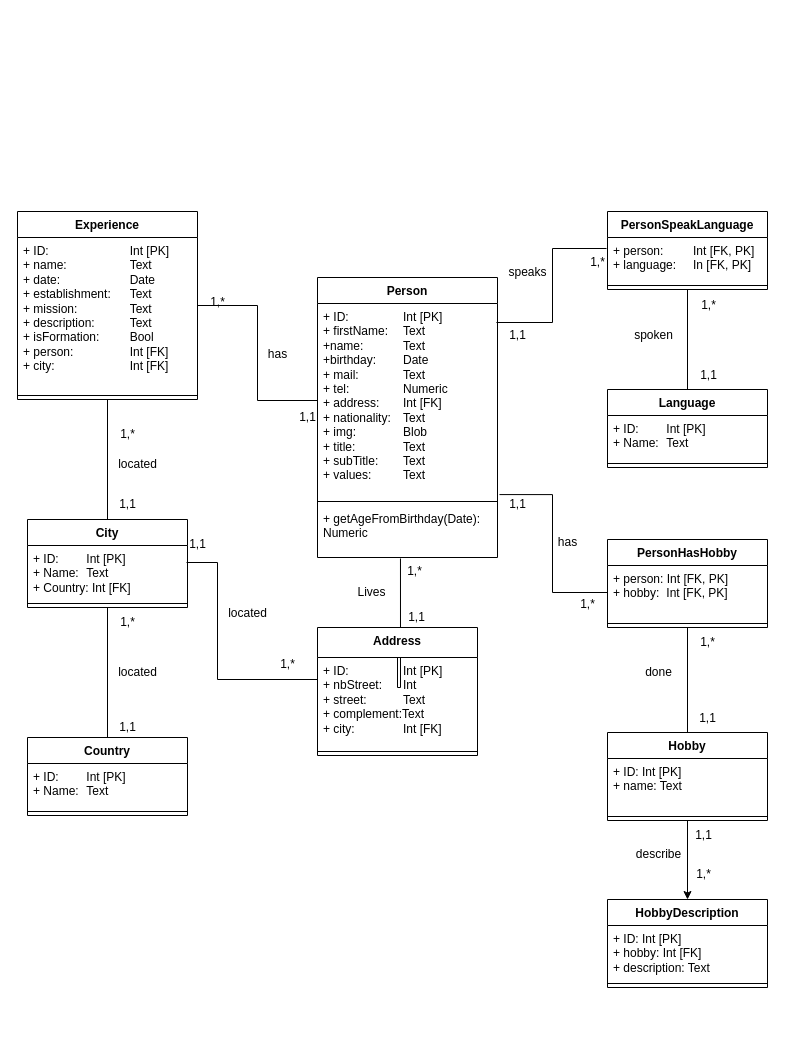
Before: CVDB.drawio in Will2KB/CVAPI, a draw.io diagram. Source tidied: cells renumbered, new cells numbered last; positions are measured from the earlier drawing's top-left corner, leaving out a move shared by most shapes. Both pictures are drawn from the tidied source at 100%, with x=0, y=0 at pixel (17, 211).
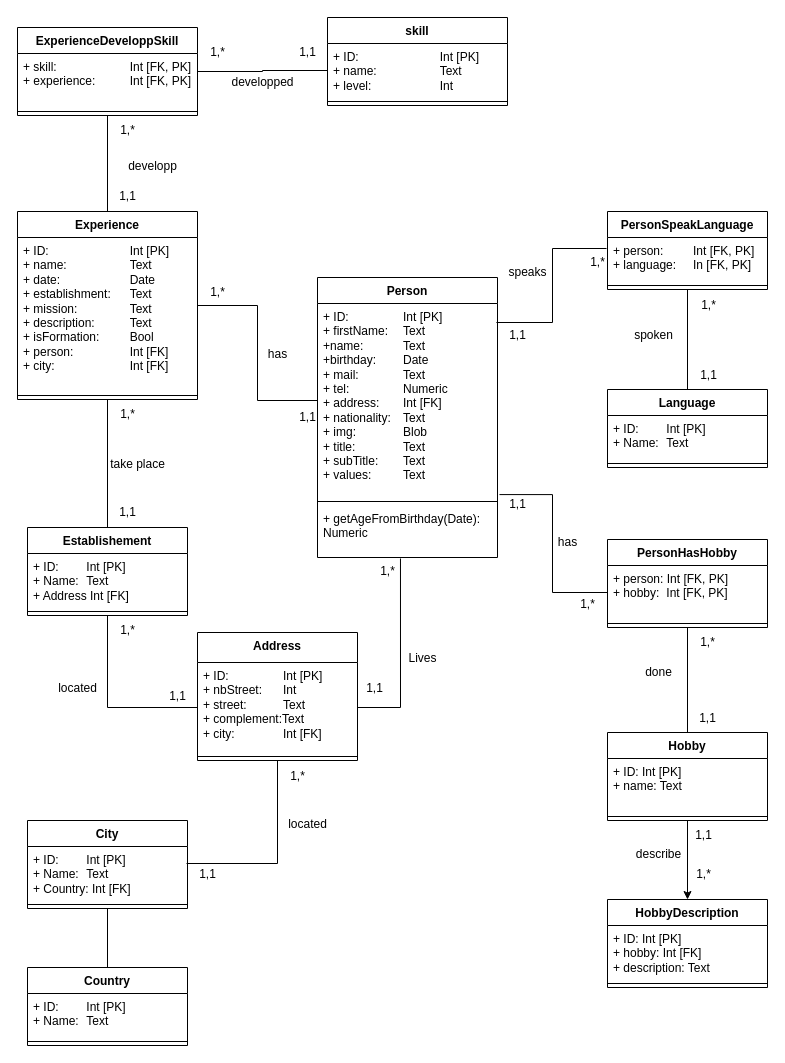
After the change.

Commit message (it also covers changes not shown here):
Mettre à jour CVDB.drawio

The change refers to these unchanged cells:
```xml
<mxCell id="6" value="Experience" style="swimlane;fontStyle=1;align=center;verticalAlign=top;horizontal=1;startSize=26;whiteSpace=wrap;html=1;" parent="1" vertex="1">
  <mxGeometry width="180" height="188" as="geometry" />
</mxCell>
<mxCell id="10" value="+ ID: &lt;span style=&quot;white-space: pre;&quot;&gt;&#9;&lt;/span&gt;Int [PK]&lt;div&gt;+ Name: &lt;span style=&quot;white-space: pre;&quot;&gt;&#9;&lt;/span&gt;Text&lt;/div&gt;&lt;div&gt;+ Country: Int [FK]&lt;/div&gt;" style="text;strokeColor=none;fillColor=none;align=left;verticalAlign=top;spacingLeft=4;spacingRight=4;overflow=hidden;points=[[0,0.5],[1,0.5]];portConstraint=eastwest;whiteSpace=wrap;html=1;" parent="9" vertex="1">
  <mxGeometry y="26" width="160" height="54" as="geometry" />
</mxCell>
<mxCell id="16" value="+ getAgeFromBirthday(Date): Numeric" style="text;strokeColor=none;fillColor=none;align=left;verticalAlign=top;spacingLeft=4;spacingRight=4;overflow=hidden;points=[[0,0.5],[1,0.5]];portConstraint=eastwest;whiteSpace=wrap;html=1;" parent="13" vertex="1">
  <mxGeometry y="228" width="180" height="52" as="geometry" />
</mxCell>
<mxCell id="61" value="+ ID: &lt;span style=&quot;white-space: pre;&quot;&gt;&#9;&lt;span style=&quot;white-space: pre;&quot;&gt;&#9;&lt;/span&gt;&lt;/span&gt;Int [PK]&lt;div&gt;+ nbStreet: &lt;span style=&quot;white-space: pre;&quot;&gt;&#9;&lt;/span&gt;Int&lt;br&gt;&lt;div&gt;+ street: &lt;span style=&quot;white-space: pre;&quot;&gt;&#9;&lt;span style=&quot;white-space: pre;&quot;&gt;&#9;&lt;/span&gt;&lt;/span&gt;Text&lt;/div&gt;&lt;div&gt;+ complement:Text&lt;/div&gt;&lt;div&gt;+ city: &lt;span style=&quot;white-space: pre;&quot;&gt;&#9;&lt;span style=&quot;white-space: pre;&quot;&gt;&#9;&lt;/span&gt;&lt;/span&gt;Int [FK]&lt;/div&gt;&lt;/div&gt;" style="text;strokeColor=none;fillColor=none;align=left;verticalAlign=top;spacingLeft=4;spacingRight=4;overflow=hidden;points=[[0,0.5],[1,0.5]];portConstraint=eastwest;whiteSpace=wrap;html=1;" parent="60" vertex="1">
  <mxGeometry y="30" width="160" height="90" as="geometry" />
</mxCell>
```

The edit, as a diff of the source:
```diff
@@
-    <mxCell id="5" style="edgeStyle=orthogonalEdgeStyle;rounded=0;jettySize=auto;html=1;exitX=0.5;exitY=1;exitDx=0;exitDy=0;entryX=0.5;entryY=0;entryDx=0;entryDy=0;endArrow=none;startFill=0;" parent="1" edge="1" source="6" target="9">
+    <mxCell id="5" style="edgeStyle=orthogonalEdgeStyle;rounded=0;jettySize=auto;html=1;exitX=0.5;exitY=1;exitDx=0;exitDy=0;entryX=0.5;entryY=0;entryDx=0;entryDy=0;endArrow=none;startFill=0;" parent="1" edge="1" source="6" target="89">
       <mxGeometry relative="1" as="geometry" />
     </mxCell>
@@
     <mxCell id="9" value="City" style="swimlane;fontStyle=1;align=center;verticalAlign=top;horizontal=1;startSize=26;whiteSpace=wrap;html=1;" parent="1" vertex="1">
-      <mxGeometry x="10" y="308" width="160" height="88" as="geometry" />
+      <mxGeometry x="10" y="609" width="160" height="88" as="geometry" />
     </mxCell>
@@
     <mxCell id="21" value="Country" style="swimlane;fontStyle=1;align=center;verticalAlign=top;horizontal=1;startSize=26;whiteSpace=wrap;html=1;" parent="1" vertex="1">
-      <mxGeometry x="10" y="526" width="160" height="78" as="geometry" />
+      <mxGeometry x="10" y="756" width="160" height="78" as="geometry" />
     </mxCell>
@@
-    <mxCell id="26" style="rounded=0;jettySize=auto;html=1;exitX=0.461;exitY=1.019;exitDx=0;exitDy=0;exitPerimeter=0;entryX=0.5;entryY=0;entryDx=0;entryDy=0;edgeStyle=orthogonalEdgeStyle;endArrow=none;startFill=0;" parent="1" edge="1" source="16" target="60">
+    <mxCell id="26" style="rounded=0;jettySize=auto;html=1;exitX=0.461;exitY=1.019;exitDx=0;exitDy=0;exitPerimeter=0;edgeStyle=orthogonalEdgeStyle;endArrow=none;startFill=0;entryX=1;entryY=0.5;entryDx=0;entryDy=0;" parent="1" edge="1" source="16" target="61">
       <mxGeometry relative="1" as="geometry">
         <Array as="points">
-          <mxPoint x="383" y="476" />
+          <mxPoint x="383" y="496" />
         </Array>
       </mxGeometry>
     </mxCell>
     <mxCell id="27" value="Lives" style="text;html=1;align=center;verticalAlign=middle;strokeColor=none;fillColor=none;" parent="1" vertex="1">
-      <mxGeometry x="329" y="366" width="50" height="30" as="geometry" />
+      <mxGeometry x="380" y="432" width="50" height="30" as="geometry" />
     </mxCell>
@@
-    <mxCell id="30" value="located" style="text;html=1;align=center;verticalAlign=middle;strokeColor=none;fillColor=none;" parent="1" vertex="1">
-      <mxGeometry x="90" y="446" width="60" height="30" as="geometry" />
-    </mxCell>
-    <mxCell id="31" value="located" style="text;html=1;align=center;verticalAlign=middle;strokeColor=none;fillColor=none;" parent="1" vertex="1">
-      <mxGeometry x="90" y="238" width="60" height="30" as="geometry" />
+    <mxCell id="31" value="take place" style="text;html=1;align=center;verticalAlign=middle;strokeColor=none;fillColor=none;" parent="1" vertex="1">
+      <mxGeometry x="80" y="238" width="80" height="30" as="geometry" />
     </mxCell>
@@
     <mxCell id="36" value="1,*" style="text;html=1;align=center;verticalAlign=middle;strokeColor=none;fillColor=none;" parent="1" vertex="1">
-      <mxGeometry x="180" y="76" width="40" height="30" as="geometry" />
+      <mxGeometry x="180" y="66" width="40" height="30" as="geometry" />
     </mxCell>
     <mxCell id="37" value="1,*" style="text;html=1;align=center;verticalAlign=middle;strokeColor=none;fillColor=none;" parent="1" vertex="1">
-      <mxGeometry x="377" y="345" width="40" height="30" as="geometry" />
+      <mxGeometry x="350" y="345" width="40" height="30" as="geometry" />
     </mxCell>
     <mxCell id="38" value="1,1" style="text;html=1;align=center;verticalAlign=middle;strokeColor=none;fillColor=none;" parent="1" vertex="1">
-      <mxGeometry x="379" y="391" width="40" height="30" as="geometry" />
+      <mxGeometry x="337" y="462" width="40" height="30" as="geometry" />
     </mxCell>
     <mxCell id="39" value="1,*" style="text;html=1;align=center;verticalAlign=middle;strokeColor=none;fillColor=none;" parent="1" vertex="1">
-      <mxGeometry x="90" y="208" width="40" height="30" as="geometry" />
+      <mxGeometry x="90" y="188" width="40" height="30" as="geometry" />
     </mxCell>
     <mxCell id="40" value="1,1" style="text;html=1;align=center;verticalAlign=middle;strokeColor=none;fillColor=none;" parent="1" vertex="1">
-      <mxGeometry x="90" y="278" width="40" height="30" as="geometry" />
+      <mxGeometry x="90" y="286" width="40" height="30" as="geometry" />
     </mxCell>
-    <mxCell id="41" value="1,*" style="text;html=1;align=center;verticalAlign=middle;strokeColor=none;fillColor=none;" parent="1" vertex="1">
-      <mxGeometry x="90" y="396" width="40" height="30" as="geometry" />
-    </mxCell>
@@
     <mxCell id="60" value="Address" style="swimlane;fontStyle=1;align=center;verticalAlign=top;horizontal=1;startSize=30;whiteSpace=wrap;html=1;" parent="1" vertex="1">
-      <mxGeometry x="300" y="416" width="160" height="128" as="geometry" />
+      <mxGeometry x="180" y="421" width="160" height="128" as="geometry" />
     </mxCell>
@@
-    <mxCell id="63" style="edgeStyle=orthogonalEdgeStyle;rounded=0;jettySize=auto;html=1;entryX=0.994;entryY=0.315;entryDx=0;entryDy=0;entryPerimeter=0;endArrow=none;startFill=0;" parent="1" edge="1" source="60" target="10">
+    <mxCell id="63" style="edgeStyle=orthogonalEdgeStyle;rounded=0;jettySize=auto;html=1;entryX=0.994;entryY=0.315;entryDx=0;entryDy=0;entryPerimeter=0;endArrow=none;startFill=0;exitX=0.5;exitY=1;exitDx=0;exitDy=0;" parent="1" edge="1" source="60" target="10">
       <mxGeometry relative="1" as="geometry">
         <Array as="points">
-          <mxPoint x="200" y="468" />
-          <mxPoint x="200" y="351" />
+          <mxPoint x="260" y="652" />
         </Array>
       </mxGeometry>
     </mxCell>
     <mxCell id="64" value="1,*" style="text;html=1;align=center;verticalAlign=middle;strokeColor=none;fillColor=none;" parent="1" vertex="1">
-      <mxGeometry x="250" y="438" width="40" height="30" as="geometry" />
+      <mxGeometry x="260" y="550" width="40" height="30" as="geometry" />
     </mxCell>
-    <mxCell id="65" value="1,1" style="text;html=1;align=center;verticalAlign=middle;strokeColor=none;fillColor=none;" parent="1" vertex="1">
-      <mxGeometry x="90" y="501" width="40" height="30" as="geometry" />
-    </mxCell>
     <mxCell id="66" value="1,1" style="text;html=1;align=center;verticalAlign=middle;strokeColor=none;fillColor=none;" parent="1" vertex="1">
-      <mxGeometry x="160" y="318" width="40" height="30" as="geometry" />
+      <mxGeometry x="170" y="648" width="40" height="30" as="geometry" />
     </mxCell>
     <mxCell id="67" value="located" style="text;html=1;align=center;verticalAlign=middle;strokeColor=none;fillColor=none;" parent="1" vertex="1">
-      <mxGeometry x="200" y="387" width="60" height="30" as="geometry" />
+      <mxGeometry x="260" y="598" width="60" height="30" as="geometry" />
     </mxCell>
@@
+    <mxCell id="74" value="skill" style="swimlane;fontStyle=1;align=center;verticalAlign=top;horizontal=1;startSize=26;whiteSpace=wrap;html=1;" parent="1" vertex="1">
+      <mxGeometry x="310" y="-194" width="180" height="88" as="geometry" />
+    </mxCell>
+    <mxCell id="75" value="+ ID: &lt;span style=&quot;white-space: pre;&quot;&gt;&#9;&lt;/span&gt;&lt;span style=&quot;white-space: pre;&quot;&gt;&#9;&lt;span style=&quot;white-space: pre;&quot;&gt;&#9;&lt;/span&gt;&lt;/span&gt;Int [PK]&lt;div&gt;+ name: &lt;span style=&quot;white-space: pre;&quot;&gt;&#9;&lt;/span&gt;&lt;span style=&quot;white-space: pre;&quot;&gt;&#9;&lt;span style=&quot;white-space: pre;&quot;&gt;&#9;&lt;/span&gt;&lt;/span&gt;Text&lt;/div&gt;&lt;div&gt;+ level:&lt;span style=&quot;white-space: pre;&quot;&gt;&#9;&lt;/span&gt;&lt;span style=&quot;white-space: pre;&quot;&gt;&#9;&lt;/span&gt;&lt;span style=&quot;white-space: pre;&quot;&gt;&#9;&lt;/span&gt;Int&lt;/div&gt;" style="text;strokeColor=none;fillColor=none;align=left;verticalAlign=top;spacingLeft=4;spacingRight=4;overflow=hidden;points=[[0,0.5],[1,0.5]];portConstraint=eastwest;whiteSpace=wrap;html=1;" parent="74" vertex="1">
+      <mxGeometry y="26" width="180" height="54" as="geometry" />
+    </mxCell>
+    <mxCell id="76" style="line;strokeWidth=1;fillColor=none;align=left;verticalAlign=middle;spacingTop=-1;spacingLeft=3;spacingRight=3;labelPosition=right;strokeColor=inherit;" parent="74" vertex="1">
+      <mxGeometry y="80" width="180" height="8" as="geometry" />
+    </mxCell>
+    <mxCell id="77" style="edgeStyle=orthogonalEdgeStyle;rounded=0;jettySize=auto;html=1;exitX=0.5;exitY=1;exitDx=0;exitDy=0;entryX=0.5;entryY=0;entryDx=0;entryDy=0;endArrow=none;startFill=0;" parent="1" edge="1" source="78" target="6">
+      <mxGeometry relative="1" as="geometry" />
+    </mxCell>
+    <mxCell id="78" value="ExperienceDeveloppSkill" style="swimlane;fontStyle=1;align=center;verticalAlign=top;horizontal=1;startSize=26;whiteSpace=wrap;html=1;" parent="1" vertex="1">
+      <mxGeometry y="-184" width="180" height="88" as="geometry" />
+    </mxCell>
+    <mxCell id="79" value="+ skill: &lt;span style=&quot;white-space: pre;&quot;&gt;&#9;&lt;/span&gt;&lt;span style=&quot;white-space: pre;&quot;&gt;&lt;span style=&quot;white-space: pre;&quot;&gt;&#9;&lt;span style=&quot;white-space: pre;&quot;&gt;&#9;&lt;/span&gt;&lt;/span&gt;&lt;/span&gt;Int [FK, PK]&lt;div&gt;+ experience:&amp;nbsp;&lt;span style=&quot;white-space: pre;&quot;&gt;&#9;&lt;/span&gt;&lt;span style=&quot;white-space: pre;&quot;&gt;&lt;span style=&quot;white-space: pre;&quot;&gt;&#9;&lt;/span&gt;&lt;/span&gt;Int [FK, PK]&lt;/div&gt;" style="text;strokeColor=none;fillColor=none;align=left;verticalAlign=top;spacingLeft=4;spacingRight=4;overflow=hidden;whiteSpace=wrap;html=1;" parent="78" vertex="1">
+      <mxGeometry y="26" width="180" height="54" as="geometry" />
+    </mxCell>
+    <mxCell id="80" style="line;strokeWidth=1;fillColor=none;align=left;verticalAlign=middle;spacingTop=-1;spacingLeft=3;spacingRight=3;labelPosition=right;strokeColor=inherit;" parent="78" vertex="1">
+      <mxGeometry y="80" width="180" height="8" as="geometry" />
+    </mxCell>
+    <mxCell id="81" style="edgeStyle=orthogonalEdgeStyle;rounded=0;jettySize=auto;html=1;exitX=0;exitY=0.5;exitDx=0;exitDy=0;entryX=1;entryY=0.5;entryDx=0;entryDy=0;endArrow=none;startFill=0;" parent="1" edge="1" source="75" target="78">
+      <mxGeometry relative="1" as="geometry" />
+    </mxCell>
+    <mxCell id="82" value="1,*" style="text;html=1;align=center;verticalAlign=middle;strokeColor=none;fillColor=none;" parent="1" vertex="1">
+      <mxGeometry x="90" y="-96" width="40" height="30" as="geometry" />
+    </mxCell>
+    <mxCell id="83" value="1,*" style="text;html=1;align=center;verticalAlign=middle;strokeColor=none;fillColor=none;" parent="1" vertex="1">
+      <mxGeometry x="180" y="-174" width="40" height="30" as="geometry" />
+    </mxCell>
+    <mxCell id="84" value="1,1" style="text;html=1;align=center;verticalAlign=middle;strokeColor=none;fillColor=none;" parent="1" vertex="1">
+      <mxGeometry x="270" y="-174" width="40" height="30" as="geometry" />
+    </mxCell>
+    <mxCell id="85" value="1,1" style="text;html=1;align=center;verticalAlign=middle;strokeColor=none;fillColor=none;" parent="1" vertex="1">
+      <mxGeometry x="90" y="-30" width="40" height="30" as="geometry" />
+    </mxCell>
+    <mxCell id="86" value="developped" style="text;html=1;align=center;verticalAlign=middle;strokeColor=none;fillColor=none;" parent="1" vertex="1">
+      <mxGeometry x="200" y="-144" width="90" height="30" as="geometry" />
+    </mxCell>
+    <mxCell id="87" value="developp" style="text;html=1;align=center;verticalAlign=middle;strokeColor=none;fillColor=none;" parent="1" vertex="1">
+      <mxGeometry x="100" y="-60" width="70" height="30" as="geometry" />
+    </mxCell>
+    <mxCell id="88" style="edgeStyle=orthogonalEdgeStyle;rounded=0;jettySize=auto;html=1;exitX=0.5;exitY=1;exitDx=0;exitDy=0;entryX=0;entryY=0.5;entryDx=0;entryDy=0;endArrow=none;startFill=0;" parent="1" edge="1" source="89" target="61">
+      <mxGeometry relative="1" as="geometry" />
+    </mxCell>
+    <mxCell id="89" value="Establishement" style="swimlane;fontStyle=1;align=center;verticalAlign=top;horizontal=1;startSize=26;whiteSpace=wrap;html=1;" parent="1" vertex="1">
+      <mxGeometry x="10" y="316" width="160" height="88" as="geometry" />
+    </mxCell>
+    <mxCell id="90" value="+ ID: &lt;span style=&quot;white-space: pre;&quot;&gt;&#9;&lt;/span&gt;Int [PK]&lt;div&gt;+ Name: &lt;span style=&quot;white-space: pre;&quot;&gt;&#9;&lt;/span&gt;Text&lt;/div&gt;&lt;div&gt;+ Address Int [FK]&lt;/div&gt;" style="text;strokeColor=none;fillColor=none;align=left;verticalAlign=top;spacingLeft=4;spacingRight=4;overflow=hidden;whiteSpace=wrap;html=1;" parent="89" vertex="1">
+      <mxGeometry y="26" width="160" height="54" as="geometry" />
+    </mxCell>
+    <mxCell id="91" style="line;strokeWidth=1;fillColor=none;align=left;verticalAlign=middle;spacingTop=-1;spacingLeft=3;spacingRight=3;labelPosition=right;strokeColor=inherit;" parent="89" vertex="1">
+      <mxGeometry y="80" width="160" height="8" as="geometry" />
+    </mxCell>
+    <mxCell id="92" value="1,*" style="text;html=1;align=center;verticalAlign=middle;strokeColor=none;fillColor=none;" parent="1" vertex="1">
+      <mxGeometry x="90" y="404" width="40" height="30" as="geometry" />
+    </mxCell>
+    <mxCell id="93" value="1,1" style="text;html=1;align=center;verticalAlign=middle;strokeColor=none;fillColor=none;" parent="1" vertex="1">
+      <mxGeometry x="140" y="470" width="40" height="30" as="geometry" />
+    </mxCell>
+    <mxCell id="30" value="located" style="text;html=1;align=center;verticalAlign=middle;strokeColor=none;fillColor=none;" parent="1" vertex="1">
+      <mxGeometry x="30" y="462" width="60" height="30" as="geometry" />
+    </mxCell>
```
